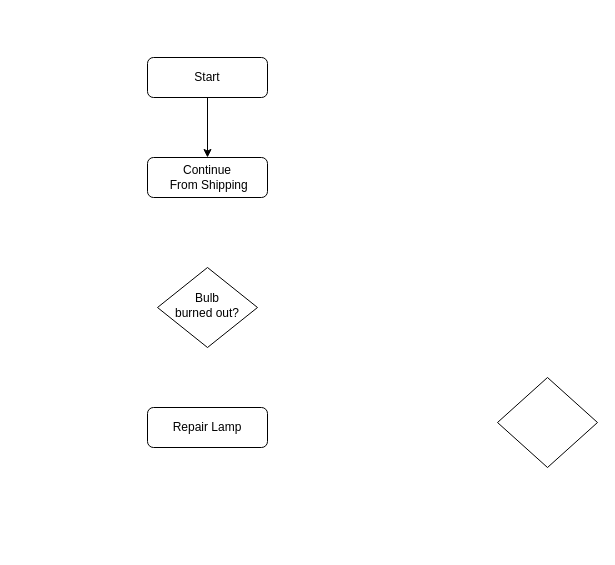
Earlier version of the draw.io diagram VR-34941.drawio (PratikBali/flowchart). Source tidied: cells renumbered, new cells numbered last; positions are measured from the earlier drawing's top-left corner, leaving out a move shared by most shapes. Both pictures are drawn from the tidied source at 100%, with x=0, y=0 at pixel (147, 57).
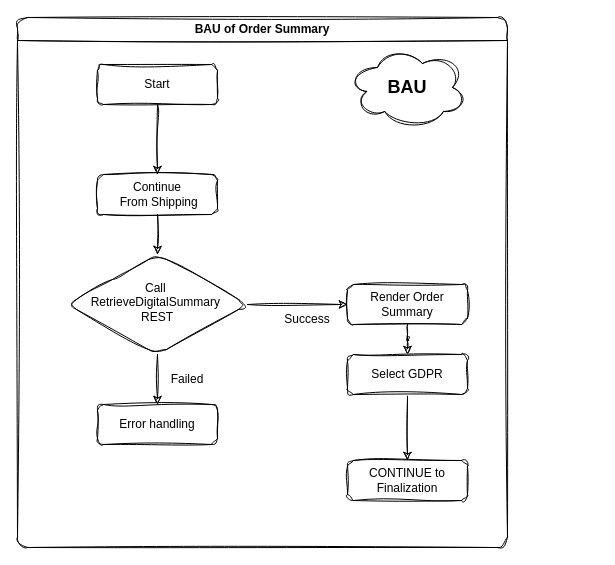
The same page after the edit.

What changed in the source:
```diff
@@
 <mxGraphModel>
   <root>
     <mxCell id="0" />
     <mxCell id="1" parent="0" />
+    <mxCell id="8" value="BAU of Order Summary" style="swimlane;whiteSpace=wrap;html=1;rounded=1;roundedPerimeter=1;labelBackgroundColor=none;sketch=1;curveFitting=1;jiggle=2;" parent="1" vertex="1">
+      <mxGeometry x="-130" y="-40" width="490" height="530" as="geometry" />
+    </mxCell>
+    <mxCell id="9" value="&lt;h2&gt;&lt;b&gt;BAU&lt;/b&gt;&lt;/h2&gt;" style="ellipse;shape=cloud;whiteSpace=wrap;html=1;perimeter=cloudPerimeter;rounded=1;roundedPerimeter=1;labelBackgroundColor=none;sketch=1;curveFitting=1;jiggle=2;" parent="8" vertex="1">
+      <mxGeometry x="330" y="30" width="120" height="80" as="geometry" />
+    </mxCell>
-    <mxCell id="2" style="edgeStyle=orthogonalEdgeStyle;rounded=0;jettySize=auto;html=1;entryX=0.5;entryY=0;entryDx=0;entryDy=0;defaultLabelBackgroundColor=page;labelPadding=0 4;" parent="1" edge="1" source="3" target="7">
+    <mxCell id="2" style="edgeStyle=orthogonalEdgeStyle;rounded=1;jettySize=auto;html=1;entryX=0.5;entryY=0;entryDx=0;entryDy=0;defaultLabelBackgroundColor=page;labelPadding=0 4;fontColor=default;sketch=1;curveFitting=1;jiggle=2;" parent="8" edge="1" source="3" target="7">
       <mxGeometry relative="1" as="geometry" />
     </mxCell>
+    <mxCell id="10" style="edgeStyle=orthogonalEdgeStyle;rounded=1;jettySize=auto;html=1;defaultLabelBackgroundColor=page;labelPadding=0 4;fontColor=default;sketch=1;curveFitting=1;jiggle=2;" parent="8" edge="1" source="21" target="13">
+      <mxGeometry relative="1" as="geometry" />
+    </mxCell>
+    <mxCell id="11" style="edgeStyle=orthogonalEdgeStyle;rounded=1;jettySize=auto;html=1;entryX=0.5;entryY=0;entryDx=0;entryDy=0;defaultLabelBackgroundColor=page;labelPadding=0 4;fontColor=default;sketch=1;curveFitting=1;jiggle=2;" parent="8" edge="1" source="21" target="15">
+      <mxGeometry relative="1" as="geometry" />
+    </mxCell>
+    <mxCell id="12" style="edgeStyle=orthogonalEdgeStyle;rounded=1;jettySize=auto;html=1;defaultLabelBackgroundColor=page;labelPadding=0 4;fontColor=default;sketch=1;curveFitting=1;jiggle=2;" parent="8" edge="1" source="13" target="19">
+      <mxGeometry relative="1" as="geometry" />
+    </mxCell>
+    <mxCell id="13" value="Render Order Summary" style="rounded=1;whiteSpace=wrap;html=1;fontSize=12;glass=0;strokeWidth=1;shadow=0;roundedPerimeter=1;labelBackgroundColor=none;sketch=1;curveFitting=1;jiggle=2;" parent="8" vertex="1">
+      <mxGeometry x="330" y="267" width="120" height="40" as="geometry" />
+    </mxCell>
+    <mxCell id="14" style="edgeStyle=orthogonalEdgeStyle;rounded=1;jettySize=auto;html=1;defaultLabelBackgroundColor=page;labelPadding=0 4;fontColor=default;sketch=1;curveFitting=1;jiggle=2;" parent="8" edge="1" source="7" target="21">
+      <mxGeometry relative="1" as="geometry" />
+    </mxCell>
+    <mxCell id="7" value="Continue&lt;div&gt;&amp;nbsp;From&lt;span style=&quot;background-color: transparent; color: light-dark(#000000, var(--ge-light-color, #ffffff));&quot;&gt;&amp;nbsp;Shipping&lt;/span&gt;&lt;/div&gt;" style="rounded=1;whiteSpace=wrap;html=1;fontSize=12;glass=0;strokeWidth=1;shadow=0;roundedPerimeter=1;labelBackgroundColor=none;sketch=1;curveFitting=1;jiggle=2;" parent="8" vertex="1">
+      <mxGeometry x="80" y="157" width="120" height="40" as="geometry" />
+    </mxCell>
+    <mxCell id="15" value="Error handling" style="rounded=1;whiteSpace=wrap;html=1;fontSize=12;glass=0;strokeWidth=1;shadow=0;roundedPerimeter=1;labelBackgroundColor=none;sketch=1;curveFitting=1;jiggle=2;" parent="8" vertex="1">
+      <mxGeometry x="80" y="387" width="120" height="40" as="geometry" />
+    </mxCell>
+    <mxCell id="16" value="Success" style="text;html=1;whiteSpace=wrap;strokeColor=none;fillColor=none;align=center;verticalAlign=middle;rounded=1;roundedPerimeter=1;labelBackgroundColor=none;sketch=1;curveFitting=1;jiggle=2;" parent="8" vertex="1">
+      <mxGeometry x="260" y="287" width="60" height="30" as="geometry" />
+    </mxCell>
+    <mxCell id="17" value="Failed" style="text;html=1;whiteSpace=wrap;strokeColor=none;fillColor=none;align=center;verticalAlign=middle;rounded=1;roundedPerimeter=1;labelBackgroundColor=none;sketch=1;curveFitting=1;jiggle=2;" parent="8" vertex="1">
+      <mxGeometry x="140" y="347" width="60" height="30" as="geometry" />
+    </mxCell>
+    <mxCell id="18" style="edgeStyle=orthogonalEdgeStyle;rounded=1;jettySize=auto;html=1;defaultLabelBackgroundColor=page;labelPadding=0 4;fontColor=default;sketch=1;curveFitting=1;jiggle=2;" parent="8" edge="1" source="19" target="20">
+      <mxGeometry relative="1" as="geometry" />
+    </mxCell>
+    <mxCell id="19" value="Select GDPR" style="whiteSpace=wrap;html=1;rounded=1;glass=0;strokeWidth=1;shadow=0;roundedPerimeter=1;labelBackgroundColor=none;sketch=1;curveFitting=1;jiggle=2;" parent="8" vertex="1">
+      <mxGeometry x="330" y="337" width="120" height="40" as="geometry" />
+    </mxCell>
+    <mxCell id="20" value="CONTINUE to Finalization" style="whiteSpace=wrap;html=1;rounded=1;glass=0;strokeWidth=1;shadow=0;roundedPerimeter=1;labelBackgroundColor=none;sketch=1;curveFitting=1;jiggle=2;" parent="8" vertex="1">
+      <mxGeometry x="330" y="443" width="120" height="40" as="geometry" />
+    </mxCell>
-    <mxCell id="3" value="Start" style="rounded=1;whiteSpace=wrap;html=1;fontSize=12;glass=0;strokeWidth=1;shadow=0;" parent="1" vertex="1">
-      <mxGeometry width="120" height="40" as="geometry" />
+    <mxCell id="3" value="Start" style="rounded=1;whiteSpace=wrap;html=1;fontSize=12;glass=0;strokeWidth=1;shadow=0;roundedPerimeter=1;labelBackgroundColor=none;sketch=1;curveFitting=1;jiggle=2;" parent="8" vertex="1">
+      <mxGeometry x="80" y="47" width="120" height="40" as="geometry" />
     </mxCell>
-    <mxCell id="4" style="rhombus;whiteSpace=wrap;html=1;shadow=0;fontFamily=Helvetica;fontSize=12;align=center;strokeWidth=1;spacing=6;spacingTop=-4;" parent="1" vertex="1">
-      <mxGeometry x="350" y="320" width="100" height="90" as="geometry" />
-    </mxCell>
-    <mxCell id="5" value="Bulb&lt;br&gt;burned out?" style="rhombus;whiteSpace=wrap;html=1;shadow=0;fontFamily=Helvetica;fontSize=12;align=center;strokeWidth=1;spacing=6;spacingTop=-4;" parent="1" vertex="1">
-      <mxGeometry x="10" y="210" width="100" height="80" as="geometry" />
-    </mxCell>
-    <mxCell id="6" value="Repair Lamp" style="rounded=1;whiteSpace=wrap;html=1;fontSize=12;glass=0;strokeWidth=1;shadow=0;" parent="1" vertex="1">
-      <mxGeometry y="350" width="120" height="40" as="geometry" />
-    </mxCell>
-    <mxCell id="7" value="Continue&lt;div&gt;&amp;nbsp;From&lt;span style=&quot;background-color: transparent; color: light-dark(#000000, var(--ge-light-color, #ffffff));&quot;&gt;&amp;nbsp;Shipping&lt;/span&gt;&lt;/div&gt;" style="rounded=1;whiteSpace=wrap;html=1;fontSize=12;glass=0;strokeWidth=1;shadow=0;" parent="1" vertex="1">
-      <mxGeometry y="100" width="120" height="40" as="geometry" />
-    </mxCell>
+    <mxCell id="21" value="Call&amp;nbsp;&lt;div&gt;&lt;div&gt;RetrieveDigitalSummary&amp;nbsp;&lt;/div&gt;&lt;/div&gt;&lt;div&gt;REST&lt;/div&gt;" style="rhombus;whiteSpace=wrap;html=1;shadow=0;fontFamily=Helvetica;fontSize=12;align=center;strokeWidth=1;spacing=6;spacingTop=-4;rounded=1;roundedPerimeter=1;labelBackgroundColor=none;sketch=1;curveFitting=1;jiggle=2;" parent="8" vertex="1">
+      <mxGeometry x="50" y="237" width="180" height="100" as="geometry" />
+    </mxCell>
   </root>
 </mxGraphModel>
```
